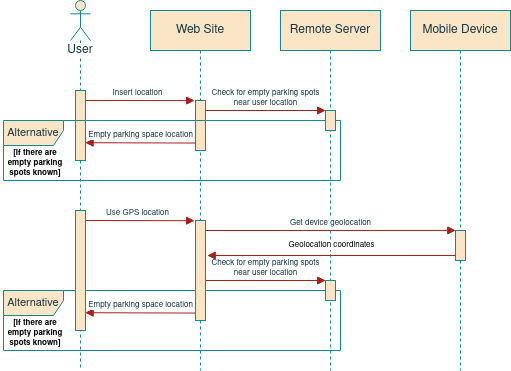
This is project/report/images/06remote_system/WebSite_SeqDiagram.png from ESRGgroup9/slipad, a draw.io export, as it was before one commit. Source tidied: cells renumbered, new cells last; positions are measured from the earlier drawing's top-left corner, leaving out a move shared by most shapes.
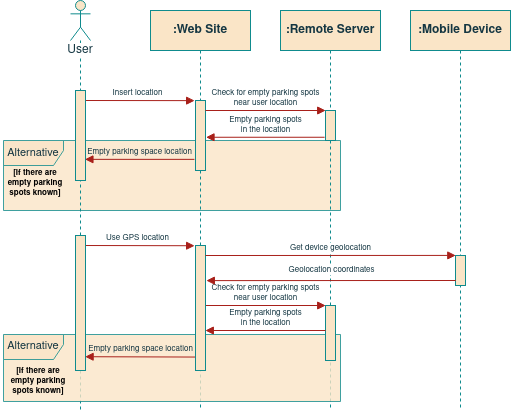
The same file after the commit.

What changed in the source:
```diff
@@ -2,92 +2,101 @@
   <root>
     <mxCell id="0" />
     <mxCell id="1" parent="0" />
+    <mxCell id="8" value="&lt;font style=&quot;font-size: 11px&quot;&gt;Alternative&lt;/font&gt;" style="shape=umlFrame;whiteSpace=wrap;html=1;width=60;height=25;fillColor=#FAE5C7;strokeColor=#0F8B8D;fontColor=#143642;swimlaneFillColor=#FAE5C7;opacity=80;" parent="1" vertex="1">
+      <mxGeometry x="3" y="140" width="337" height="70" as="geometry" />
+    </mxCell>
     <mxCell id="2" value="Insert location" style="html=1;verticalAlign=bottom;endArrow=block;rounded=0;entryX=-0.086;entryY=0.002;entryDx=0;entryDy=0;entryPerimeter=0;fontSize=8;labelBackgroundColor=none;strokeColor=#A8201A;fontColor=#143642;" parent="1" edge="1" target="6">
       <mxGeometry relative="1" as="geometry">
         <mxPoint x="80" y="100" as="sourcePoint" />
       </mxGeometry>
     </mxCell>
     <mxCell id="3" value="User" style="shape=umlLifeline;participant=umlActor;perimeter=lifelinePerimeter;whiteSpace=wrap;html=1;verticalAlign=top;spacingTop=36;size=40;labelBackgroundColor=default;fillColor=#FAE5C7;strokeColor=#0F8B8D;fontColor=#143642;" parent="1" vertex="1">
-      <mxGeometry x="70" width="20" height="370" as="geometry" />
+      <mxGeometry x="70" width="20" height="410" as="geometry" />
     </mxCell>
     <mxCell id="4" style="html=1;points=[];perimeter=orthogonalPerimeter;fillColor=#FAE5C7;strokeColor=#0F8B8D;fontColor=#143642;" parent="3" vertex="1">
-      <mxGeometry x="5" y="90" width="10" height="70" as="geometry" />
+      <mxGeometry x="5" y="90" width="10" height="90" as="geometry" />
     </mxCell>
-    <mxCell id="5" value="Web Site" style="shape=umlLifeline;perimeter=lifelinePerimeter;whiteSpace=wrap;html=1;fillColor=#FAE5C7;strokeColor=#0F8B8D;fontColor=#143642;" parent="1" vertex="1">
-      <mxGeometry x="150" y="10" width="100" height="360" as="geometry" />
+    <mxCell id="5" value="&lt;b&gt;:Web Site&lt;/b&gt;" style="shape=umlLifeline;perimeter=lifelinePerimeter;whiteSpace=wrap;html=1;fillColor=#FAE5C7;strokeColor=#0F8B8D;fontColor=#143642;" parent="1" vertex="1">
+      <mxGeometry x="150" y="10" width="100" height="400" as="geometry" />
     </mxCell>
     <mxCell id="6" style="html=1;points=[];perimeter=orthogonalPerimeter;fillColor=#FAE5C7;strokeColor=#0F8B8D;fontColor=#143642;" parent="5" vertex="1">
-      <mxGeometry x="45" y="90" width="10" height="50" as="geometry" />
+      <mxGeometry x="45" y="90" width="10" height="70" as="geometry" />
     </mxCell>
     <mxCell id="7" value="&lt;div&gt;Check for empty parking spots&lt;/div&gt;&lt;div&gt;near user location&lt;br&gt;&lt;/div&gt;" style="html=1;verticalAlign=bottom;endArrow=block;rounded=0;entryX=0.02;entryY=0;entryDx=0;entryDy=0;entryPerimeter=0;fontSize=8;labelBackgroundColor=none;strokeColor=#A8201A;fontColor=#143642;" parent="5" edge="1" target="11">
       <mxGeometry relative="1" as="geometry">
         <mxPoint x="55" y="100" as="sourcePoint" />
       </mxGeometry>
     </mxCell>
-    <mxCell id="8" value="&lt;font style=&quot;font-size: 11px&quot;&gt;Alternative&lt;/font&gt;" style="shape=umlFrame;whiteSpace=wrap;html=1;width=60;height=25;fillColor=#FAE5C7;strokeColor=#0F8B8D;fontColor=#143642;" parent="5" vertex="1">
-      <mxGeometry x="-147" y="110" width="337" height="60" as="geometry" />
-    </mxCell>
-    <mxCell id="9" value="&lt;div&gt;[If there are empty parking spots known]&lt;br&gt;&lt;/div&gt;" style="text;html=1;strokeColor=none;fillColor=none;align=center;verticalAlign=middle;whiteSpace=wrap;rounded=0;fontSize=8;fontStyle=1;" parent="5" vertex="1">
-      <mxGeometry x="-150" y="143" width="70" height="20" as="geometry" />
-    </mxCell>
-    <mxCell id="10" value="Remote Server" style="shape=umlLifeline;perimeter=lifelinePerimeter;whiteSpace=wrap;html=1;fillColor=#FAE5C7;strokeColor=#0F8B8D;fontColor=#143642;" parent="1" vertex="1">
-      <mxGeometry x="280" y="10" width="100" height="360" as="geometry" />
+    <mxCell id="10" value=":Remote Server" style="shape=umlLifeline;perimeter=lifelinePerimeter;whiteSpace=wrap;html=1;fillColor=#FAE5C7;strokeColor=#0F8B8D;fontColor=#143642;fontStyle=1;" parent="1" vertex="1">
+      <mxGeometry x="280" y="10" width="100" height="400" as="geometry" />
     </mxCell>
     <mxCell id="11" style="html=1;points=[];perimeter=orthogonalPerimeter;fillColor=#FAE5C7;strokeColor=#0F8B8D;fontColor=#143642;" parent="10" vertex="1">
-      <mxGeometry x="45" y="100" width="10" height="20" as="geometry" />
+      <mxGeometry x="45" y="100" width="10" height="30" as="geometry" />
     </mxCell>
     <mxCell id="12" value="&lt;div&gt;Check for empty parking spots&lt;/div&gt;&lt;div&gt;near user location&lt;br&gt;&lt;/div&gt;" style="html=1;verticalAlign=bottom;endArrow=block;rounded=0;entryX=0.02;entryY=0;entryDx=0;entryDy=0;entryPerimeter=0;fontSize=8;labelBackgroundColor=none;strokeColor=#A8201A;fontColor=#143642;" parent="10" edge="1" target="15">
       <mxGeometry relative="1" as="geometry">
-        <mxPoint x="-75" y="270" as="sourcePoint" />
+        <mxPoint x="-75" y="295" as="sourcePoint" />
       </mxGeometry>
     </mxCell>
-    <mxCell id="13" value="&lt;font style=&quot;font-size: 11px&quot;&gt;Alternative&lt;/font&gt;" style="shape=umlFrame;whiteSpace=wrap;html=1;width=60;height=25;fillColor=#FAE5C7;strokeColor=#0F8B8D;fontColor=#143642;" parent="10" vertex="1">
-      <mxGeometry x="-277" y="280" width="337" height="60" as="geometry" />
+    <mxCell id="13" value="&lt;font style=&quot;font-size: 11px&quot;&gt;Alternative&lt;/font&gt;" style="shape=umlFrame;whiteSpace=wrap;html=1;width=60;height=25;fillColor=#FAE5C7;strokeColor=#0F8B8D;fontColor=#143642;swimlaneFillColor=#FAE5C7;opacity=80;" parent="10" vertex="1">
+      <mxGeometry x="-277" y="324" width="337" height="67" as="geometry" />
     </mxCell>
-    <mxCell id="14" value="&lt;div&gt;[If there are empty parking spots known]&lt;br&gt;&lt;/div&gt;" style="text;html=1;strokeColor=none;fillColor=none;align=center;verticalAlign=middle;whiteSpace=wrap;rounded=0;fontSize=8;fontStyle=1;" parent="10" vertex="1">
-      <mxGeometry x="-280" y="313" width="70" height="20" as="geometry" />
-    </mxCell>
     <mxCell id="15" style="html=1;points=[];perimeter=orthogonalPerimeter;fillColor=#FAE5C7;strokeColor=#0F8B8D;fontColor=#143642;" parent="10" vertex="1">
-      <mxGeometry x="45" y="270" width="10" height="20" as="geometry" />
+      <mxGeometry x="45" y="295" width="10" height="55" as="geometry" />
     </mxCell>
-    <mxCell id="16" value="Empty parking space location" style="html=1;verticalAlign=bottom;endArrow=block;rounded=0;fontSize=8;labelBackgroundColor=default;strokeColor=#A8201A;fontColor=#143642;labelBorderColor=none;exitX=0.02;exitY=0.851;exitDx=0;exitDy=0;exitPerimeter=0;entryX=0.962;entryY=0.746;entryDx=0;entryDy=0;entryPerimeter=0;" parent="10" edge="1">
+    <mxCell id="16" value="Empty parking space location" style="html=1;verticalAlign=bottom;endArrow=block;rounded=0;fontSize=8;labelBackgroundColor=none;strokeColor=#A8201A;fontColor=#143642;labelBorderColor=none;exitX=0.02;exitY=0.851;exitDx=0;exitDy=0;exitPerimeter=0;entryX=0.962;entryY=0.746;entryDx=0;entryDy=0;entryPerimeter=0;" parent="10" edge="1">
       <mxGeometry relative="1" as="geometry">
-        <mxPoint x="-84.8" y="302.5" as="sourcePoint" />
-        <mxPoint x="-195.4" y="302.2" as="targetPoint" />
+        <mxPoint x="-84.8" y="346.5" as="sourcePoint" />
+        <mxPoint x="-195.4" y="346.2" as="targetPoint" />
       </mxGeometry>
     </mxCell>
-    <mxCell id="17" value="Empty parking space location" style="html=1;verticalAlign=bottom;endArrow=block;rounded=0;fontSize=8;labelBackgroundColor=default;strokeColor=#A8201A;fontColor=#143642;labelBorderColor=none;exitX=0.02;exitY=0.851;exitDx=0;exitDy=0;exitPerimeter=0;entryX=0.962;entryY=0.746;entryDx=0;entryDy=0;entryPerimeter=0;" parent="1" edge="1" source="6" target="4">
+    <mxCell id="17" value="Empty parking space location" style="html=1;verticalAlign=bottom;endArrow=block;rounded=0;fontSize=8;labelBackgroundColor=none;strokeColor=#A8201A;fontColor=#143642;labelBorderColor=none;entryX=0.944;entryY=0.765;entryDx=0;entryDy=0;entryPerimeter=0;exitX=-0.107;exitY=0.841;exitDx=0;exitDy=0;exitPerimeter=0;" parent="1" edge="1" source="6" target="4">
       <mxGeometry relative="1" as="geometry" />
     </mxCell>
-    <mxCell id="18" value="Mobile Device" style="shape=umlLifeline;perimeter=lifelinePerimeter;whiteSpace=wrap;html=1;fillColor=#FAE5C7;strokeColor=#0F8B8D;fontColor=#143642;" parent="1" vertex="1">
-      <mxGeometry x="410" y="10" width="100" height="360" as="geometry" />
+    <mxCell id="18" value=":Mobile Device" style="shape=umlLifeline;perimeter=lifelinePerimeter;whiteSpace=wrap;html=1;fillColor=#FAE5C7;strokeColor=#0F8B8D;fontColor=#143642;fontStyle=1;" parent="1" vertex="1">
+      <mxGeometry x="410" y="10" width="100" height="400" as="geometry" />
     </mxCell>
     <mxCell id="19" value="Use GPS location" style="html=1;verticalAlign=bottom;endArrow=block;rounded=0;entryX=-0.086;entryY=0.002;entryDx=0;entryDy=0;entryPerimeter=0;fontSize=8;labelBackgroundColor=none;strokeColor=#A8201A;fontColor=#143642;" parent="18" edge="1" target="21">
       <mxGeometry relative="1" as="geometry">
-        <mxPoint x="-330" y="210" as="sourcePoint" />
+        <mxPoint x="-330" y="235" as="sourcePoint" />
       </mxGeometry>
     </mxCell>
     <mxCell id="20" style="html=1;perimeter=orthogonalPerimeter;fillColor=#FAE5C7;strokeColor=#0F8B8D;fontColor=#143642;" parent="18" vertex="1">
-      <mxGeometry x="-335" y="200" width="10" height="120" as="geometry" />
+      <mxGeometry x="-335" y="225" width="10" height="135" as="geometry" />
     </mxCell>
     <mxCell id="21" style="html=1;points=[];perimeter=orthogonalPerimeter;fillColor=#FAE5C7;strokeColor=#0F8B8D;fontColor=#143642;" parent="18" vertex="1">
-      <mxGeometry x="-215" y="210" width="10" height="100" as="geometry" />
+      <mxGeometry x="-215" y="235" width="10" height="125" as="geometry" />
     </mxCell>
     <mxCell id="22" value="Get device geolocation" style="html=1;verticalAlign=bottom;endArrow=block;rounded=0;entryX=0.029;entryY=-0.003;entryDx=0;entryDy=0;entryPerimeter=0;fontSize=8;labelBackgroundColor=default;strokeColor=#A8201A;fontColor=#143642;" parent="18" edge="1" target="23">
       <mxGeometry relative="1" as="geometry">
-        <mxPoint x="-205" y="220" as="sourcePoint" />
+        <mxPoint x="-205" y="245" as="sourcePoint" />
       </mxGeometry>
     </mxCell>
     <mxCell id="23" style="html=1;points=[];perimeter=orthogonalPerimeter;fillColor=#FAE5C7;strokeColor=#0F8B8D;fontColor=#143642;" parent="18" vertex="1">
-      <mxGeometry x="45" y="220" width="10" height="30" as="geometry" />
+      <mxGeometry x="45" y="245" width="10" height="30" as="geometry" />
     </mxCell>
-    <mxCell id="24" style="html=1;verticalAlign=bottom;endArrow=block;rounded=0;fontSize=8;labelBackgroundColor=default;strokeColor=#A8201A;fontColor=#143642;exitX=0.029;exitY=0.833;exitDx=0;exitDy=0;exitPerimeter=0;entryX=1.171;entryY=0.35;entryDx=0;entryDy=0;entryPerimeter=0;" parent="18" edge="1" source="23" target="21">
+    <mxCell id="24" style="html=1;verticalAlign=bottom;endArrow=block;rounded=0;fontSize=8;labelBackgroundColor=default;strokeColor=#A8201A;fontColor=#143642;exitX=0.029;exitY=0.833;exitDx=0;exitDy=0;exitPerimeter=0;entryX=1.083;entryY=0.281;entryDx=0;entryDy=0;entryPerimeter=0;" parent="18" edge="1" source="23" target="21">
       <mxGeometry relative="1" as="geometry" />
     </mxCell>
-    <mxCell id="25" value="Geolocation coordinates" style="edgeLabel;html=1;align=center;verticalAlign=middle;fontSize=8;" parent="24" vertex="1">
+    <mxCell id="25" value="Geolocation coordinates" style="edgeLabel;html=1;align=center;verticalAlign=middle;fontSize=8;fontColor=#143642;" parent="24" vertex="1">
       <mxGeometry x="0.07" y="-1" relative="1" as="geometry">
         <mxPoint x="8" y="-9" as="offset" />
       </mxGeometry>
     </mxCell>
+    <mxCell id="9" value="&lt;div&gt;[If there are empty parking spots known]&lt;br&gt;&lt;/div&gt;" style="text;html=1;strokeColor=none;fillColor=none;align=center;verticalAlign=middle;whiteSpace=wrap;rounded=0;fontSize=8;fontStyle=1;" parent="1" vertex="1">
+      <mxGeometry y="173" width="70" height="20" as="geometry" />
+    </mxCell>
+    <mxCell id="26" value="&lt;div&gt;Empty parking spots &lt;br&gt;&lt;/div&gt;&lt;div&gt;in the location&lt;/div&gt;" style="html=1;verticalAlign=bottom;endArrow=block;rounded=0;fontSize=8;labelBackgroundColor=none;strokeColor=#A8201A;fontColor=#143642;exitX=-0.09;exitY=0.892;exitDx=0;exitDy=0;exitPerimeter=0;entryX=1.052;entryY=0.525;entryDx=0;entryDy=0;entryPerimeter=0;" parent="1" edge="1" source="11" target="6">
+      <mxGeometry relative="1" as="geometry" />
+    </mxCell>
+    <mxCell id="14" value="&lt;div&gt;[If there are empty parking spots known]&lt;br&gt;&lt;/div&gt;" style="text;html=1;strokeColor=none;fillColor=none;align=center;verticalAlign=middle;whiteSpace=wrap;rounded=0;fontSize=8;fontStyle=1;" parent="1" vertex="1">
+      <mxGeometry x="3" y="371" width="70" height="20" as="geometry" />
+    </mxCell>
+    <mxCell id="27" value="&lt;div&gt;Empty parking spots &lt;br&gt;&lt;/div&gt;&lt;div&gt;in the location&lt;/div&gt;" style="html=1;verticalAlign=bottom;endArrow=block;rounded=0;entryX=0.02;entryY=0;entryDx=0;entryDy=0;entryPerimeter=0;fontSize=8;labelBackgroundColor=none;strokeColor=#A8201A;fontColor=#143642;" parent="1" edge="1">
+      <mxGeometry relative="1" as="geometry">
+        <mxPoint x="325" y="330" as="sourcePoint" />
+        <mxPoint x="204.8" y="330" as="targetPoint" />
+      </mxGeometry>
+    </mxCell>
   </root>
 </mxGraphModel>
```
